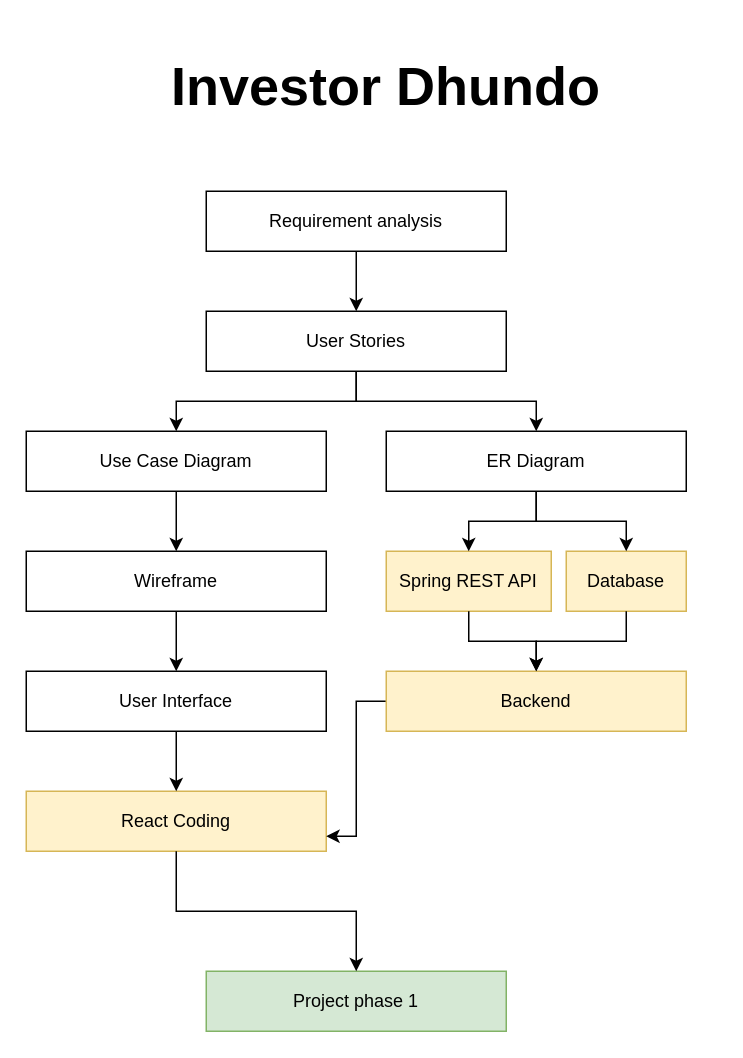
Before: project phase/example.drawio in callofthewild/shared-components, a draw.io diagram. Source tidied: cells renumbered, new cells numbered last; positions are measured from the earlier drawing's top-left corner, leaving out a move shared by most shapes. Both pictures are drawn from the tidied source at 150%, with x=0, y=0 at pixel (26, 26).
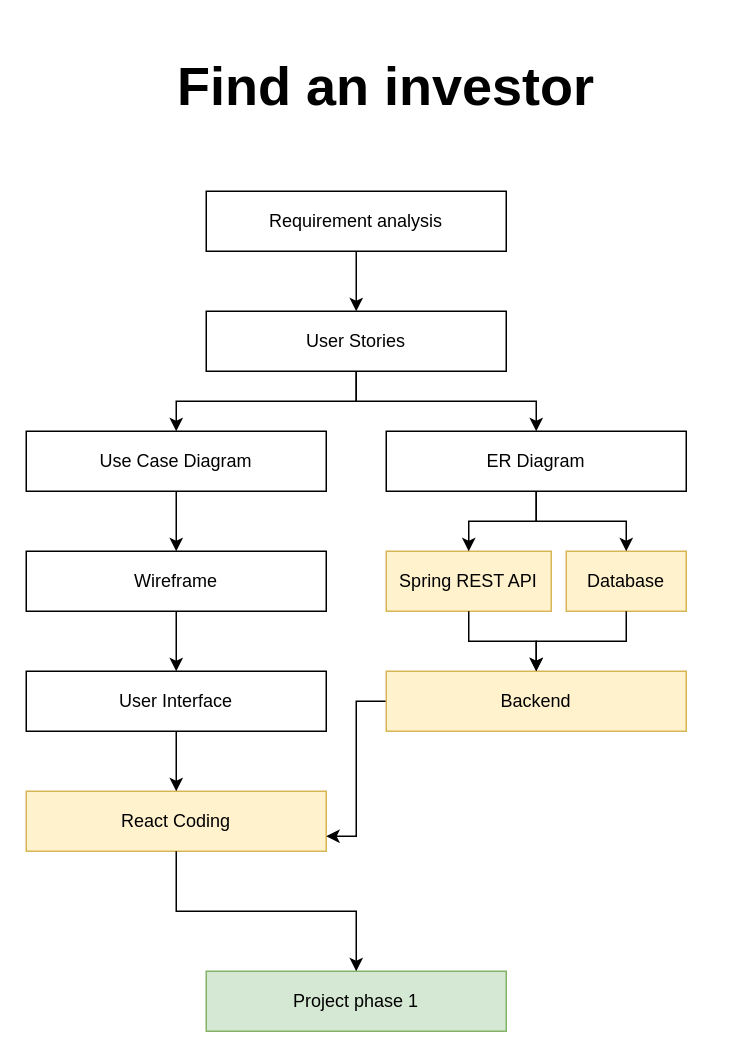
The same diagram, later.

Commit message:
Find an investor

Diff of the diagram source:
```diff
@@
-    <mxCell id="26" value="&lt;b&gt;&lt;font style=&quot;font-size: 36px&quot;&gt;Investor Dhundo&lt;/font&gt;&lt;/b&gt;" style="text;html=1;strokeColor=none;fillColor=none;align=center;verticalAlign=middle;whiteSpace=wrap;rounded=0;" parent="1" vertex="1">
+    <mxCell id="26" value="&lt;b&gt;&lt;font style=&quot;font-size: 36px&quot;&gt;Find an investor&lt;br&gt;&lt;/font&gt;&lt;/b&gt;" style="text;html=1;strokeColor=none;fillColor=none;align=center;verticalAlign=middle;whiteSpace=wrap;rounded=0;" parent="1" vertex="1">
       <mxGeometry x="20" width="440" height="80" as="geometry" />
     </mxCell>
```
